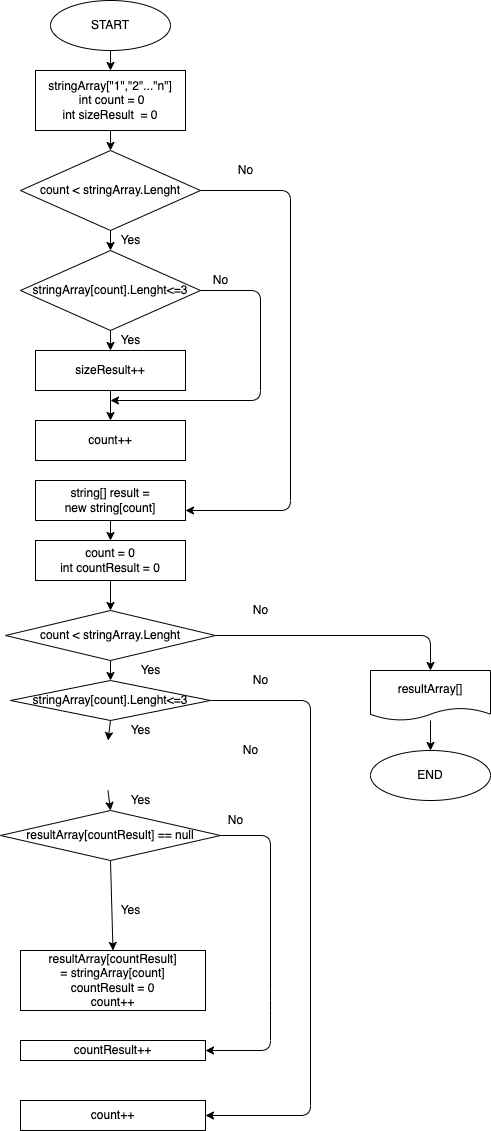
The draw.io diagram scheme.drawio.png in YuliyaSopovskaya/FinalWork1quarter, before a commit. Source tidied: cells renumbered, new cells last; positions are measured from the earlier drawing's top-left corner, leaving out a move shared by most shapes.
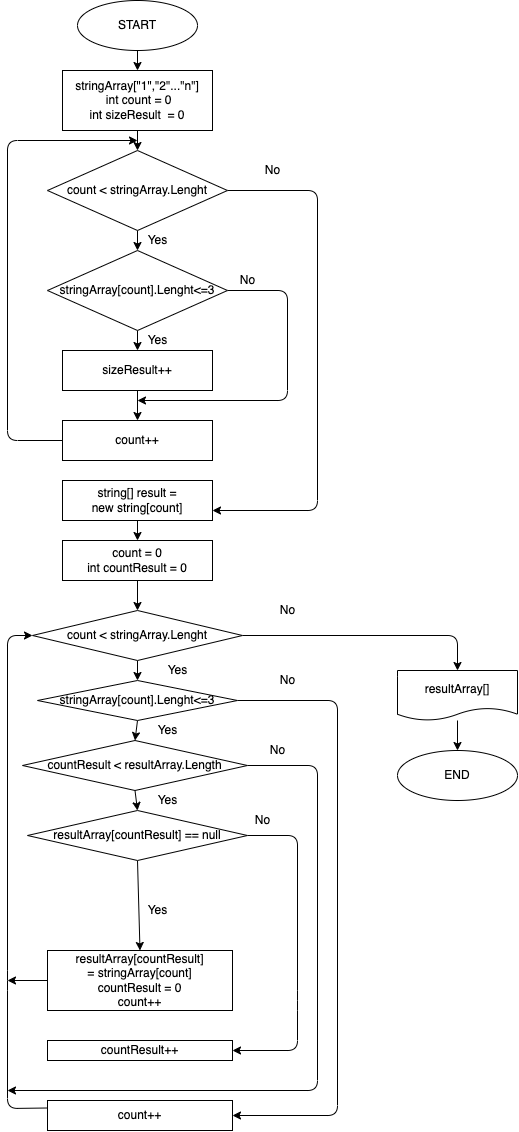
The same diagram one commit later.

The edit, as a diff of the source:
```diff
@@ -28,15 +28,15 @@
     <mxCell id="8" value="count &amp;lt; stringArray.Lenght" style="rhombus;whiteSpace=wrap;html=1;" parent="1" vertex="1">
       <mxGeometry x="20" y="150" width="180" height="80" as="geometry" />
     </mxCell>
-    <mxCell id="9" style="edgeStyle=none;html=1;exitX=1;exitY=0.5;exitDx=0;exitDy=0;" parent="1" edge="1" source="11">
-      <mxGeometry relative="1" as="geometry">
-        <mxPoint x="110" y="400" as="targetPoint" />
-        <Array as="points">
-          <mxPoint x="260" y="290" />
-          <mxPoint x="260" y="400" />
-        </Array>
-      </mxGeometry>
-    </mxCell>
+    <mxCell id="47" style="edgeStyle=none;html=1;exitX=1;exitY=0.5;exitDx=0;exitDy=0;" parent="1" edge="1" source="11">
+      <mxGeometry relative="1" as="geometry">
+        <mxPoint x="110" y="400" as="targetPoint" />
+        <Array as="points">
+          <mxPoint x="260" y="290" />
+          <mxPoint x="260" y="400" />
+        </Array>
+      </mxGeometry>
+    </mxCell>
     <mxCell id="10" style="edgeStyle=none;html=1;exitX=0.5;exitY=1;exitDx=0;exitDy=0;entryX=0.5;entryY=0;entryDx=0;entryDy=0;" parent="1" edge="1" source="11" target="13">
       <mxGeometry relative="1" as="geometry" />
     </mxCell>
@@ -49,6 +49,15 @@
     <mxCell id="13" value="sizeResult++" style="rounded=0;whiteSpace=wrap;html=1;" parent="1" vertex="1">
       <mxGeometry x="35" y="350" width="150" height="40" as="geometry" />
     </mxCell>
+    <mxCell id="48" style="edgeStyle=none;html=1;exitX=0;exitY=0.5;exitDx=0;exitDy=0;" parent="1" edge="1" source="14">
+      <mxGeometry relative="1" as="geometry">
+        <mxPoint x="110" y="140" as="targetPoint" />
+        <Array as="points">
+          <mxPoint x="-20" y="440" />
+          <mxPoint x="-20" y="140" />
+        </Array>
+      </mxGeometry>
+    </mxCell>
     <mxCell id="14" value="count++" style="rounded=0;whiteSpace=wrap;html=1;" parent="1" vertex="1">
       <mxGeometry x="35" y="420" width="150" height="40" as="geometry" />
     </mxCell>
@@ -77,11 +86,9 @@
     <mxCell id="21" value="count &amp;lt; stringArray.Lenght" style="rhombus;whiteSpace=wrap;html=1;" parent="1" vertex="1">
       <mxGeometry x="5" y="610" width="210" height="50" as="geometry" />
     </mxCell>
-    <mxCell id="22" style="edgeStyle=none;html=1;exitX=0.5;exitY=1;exitDx=0;exitDy=0;entryX=0.5;entryY=0;entryDx=0;entryDy=0;startArrow=none;" parent="1" edge="1" target="28">
-      <mxGeometry relative="1" as="geometry">
-        <mxPoint x="107.5" y="790" as="sourcePoint" />
-      </mxGeometry>
-    </mxCell>
+    <mxCell id="49" style="edgeStyle=none;html=1;exitX=0.5;exitY=1;exitDx=0;exitDy=0;entryX=0.5;entryY=0;entryDx=0;entryDy=0;startArrow=none;" parent="1" edge="1" source="54" target="28">
+      <mxGeometry relative="1" as="geometry" />
+    </mxCell>
     <mxCell id="23" style="edgeStyle=none;html=1;exitX=1;exitY=0.5;exitDx=0;exitDy=0;entryX=1;entryY=0.5;entryDx=0;entryDy=0;" parent="1" edge="1" source="25" target="34">
       <mxGeometry relative="1" as="geometry">
         <Array as="points">
@@ -90,11 +97,9 @@
         </Array>
       </mxGeometry>
     </mxCell>
-    <mxCell id="24" style="edgeStyle=none;html=1;exitX=0.5;exitY=1;exitDx=0;exitDy=0;entryX=0.5;entryY=0;entryDx=0;entryDy=0;" parent="1" edge="1" source="25">
-      <mxGeometry relative="1" as="geometry">
-        <mxPoint x="107.5" y="740" as="targetPoint" />
-      </mxGeometry>
-    </mxCell>
+    <mxCell id="50" style="edgeStyle=none;html=1;exitX=0.5;exitY=1;exitDx=0;exitDy=0;entryX=0.5;entryY=0;entryDx=0;entryDy=0;" parent="1" edge="1" source="25" target="54">
+      <mxGeometry relative="1" as="geometry" />
+    </mxCell>
     <mxCell id="25" value="stringArray[count].Lenght&amp;lt;=3" style="rhombus;whiteSpace=wrap;html=1;" parent="1" vertex="1">
       <mxGeometry x="10" y="680" width="200" height="40" as="geometry" />
     </mxCell>
@@ -113,6 +118,11 @@
     <mxCell id="28" value="resultArray[countResult] == null" style="rhombus;whiteSpace=wrap;html=1;" parent="1" vertex="1">
       <mxGeometry y="810" width="220" height="50" as="geometry" />
     </mxCell>
+    <mxCell id="51" style="edgeStyle=none;html=1;exitX=0;exitY=0.5;exitDx=0;exitDy=0;" parent="1" edge="1" source="29">
+      <mxGeometry relative="1" as="geometry">
+        <mxPoint x="-20" y="980" as="targetPoint" />
+      </mxGeometry>
+    </mxCell>
     <mxCell id="29" value="resultArray[countResult] =&amp;nbsp;stringArray[count]&lt;br&gt;countResult = 0&lt;br&gt;count++" style="rounded=0;whiteSpace=wrap;html=1;" parent="1" vertex="1">
       <mxGeometry x="20" y="950" width="185" height="60" as="geometry" />
     </mxCell>
@@ -128,6 +138,15 @@
     <mxCell id="33" value="END" style="ellipse;whiteSpace=wrap;html=1;" parent="1" vertex="1">
       <mxGeometry x="370" y="750" width="120" height="50" as="geometry" />
     </mxCell>
+    <mxCell id="52" style="edgeStyle=none;html=1;exitX=0;exitY=0.25;exitDx=0;exitDy=0;entryX=0;entryY=0.5;entryDx=0;entryDy=0;" parent="1" edge="1" source="34" target="21">
+      <mxGeometry relative="1" as="geometry">
+        <Array as="points">
+          <mxPoint x="-20" y="1108" />
+          <mxPoint x="-20" y="980" />
+          <mxPoint x="-20" y="635" />
+        </Array>
+      </mxGeometry>
+    </mxCell>
     <mxCell id="34" value="count++" style="rounded=0;whiteSpace=wrap;html=1;" parent="1" vertex="1">
       <mxGeometry x="20" y="1100" width="185" height="30" as="geometry" />
     </mxCell>
@@ -143,6 +162,18 @@
     <mxCell id="38" value="Yes" style="text;html=1;align=center;verticalAlign=middle;strokeColor=none;fillColor=none;" parent="1" vertex="1">
       <mxGeometry x="110" y="330" width="40" height="20" as="geometry" />
     </mxCell>
+    <mxCell id="53" style="edgeStyle=none;html=1;exitX=1;exitY=0.5;exitDx=0;exitDy=0;" parent="1" edge="1" source="54">
+      <mxGeometry relative="1" as="geometry">
+        <mxPoint x="-20" y="1090" as="targetPoint" />
+        <Array as="points">
+          <mxPoint x="290" y="765" />
+          <mxPoint x="290" y="1090" />
+        </Array>
+      </mxGeometry>
+    </mxCell>
+    <mxCell id="54" value="countResult &amp;lt; resultArray.Length" style="rhombus;whiteSpace=wrap;html=1;" parent="1" vertex="1">
+      <mxGeometry x="-5" y="740" width="225" height="50" as="geometry" />
+    </mxCell>
     <mxCell id="39" value="No" style="text;html=1;align=center;verticalAlign=middle;strokeColor=none;fillColor=none;" parent="1" vertex="1">
       <mxGeometry x="245" y="600" width="30" height="20" as="geometry" />
     </mxCell>
```
